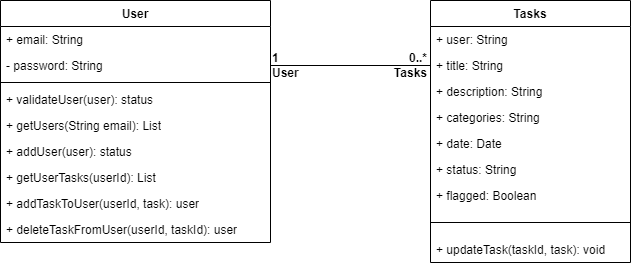
The draw.io diagram docs/ClassDiagram.png in briannguyen11/react-to-do-list, before a commit. Source tidied: cells renumbered, new cells last; positions are measured from the earlier drawing's top-left corner, leaving out a move shared by most shapes.
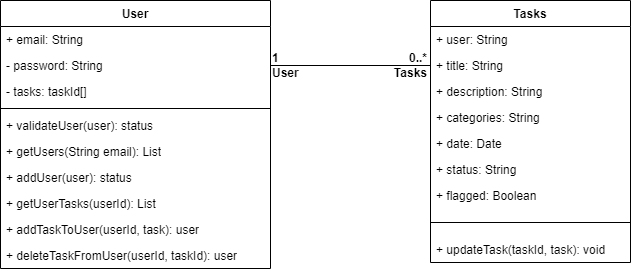
The same file after the commit.

Commit message:
Updated class diagram

What changed in the source:
```diff
@@ -3,7 +3,7 @@
     <mxCell id="0" />
     <mxCell id="1" parent="0" />
     <mxCell id="2" value="User" style="swimlane;fontStyle=1;align=center;verticalAlign=top;horizontal=1;startSize=26;whiteSpace=wrap;html=1;" parent="1" vertex="1">
-      <mxGeometry width="270" height="242" as="geometry" />
+      <mxGeometry width="270" height="268" as="geometry" />
     </mxCell>
     <mxCell id="3" value="+ email: String" style="text;strokeColor=none;fillColor=none;align=left;verticalAlign=top;spacingLeft=4;spacingRight=4;overflow=hidden;whiteSpace=wrap;html=1;" parent="2" vertex="1">
       <mxGeometry y="26" width="270" height="26" as="geometry" />
@@ -11,26 +11,29 @@
     <mxCell id="4" value="- password: String" style="text;strokeColor=none;fillColor=none;align=left;verticalAlign=top;spacingLeft=4;spacingRight=4;overflow=hidden;points=[[0,0.5],[1,0.5]];portConstraint=eastwest;whiteSpace=wrap;html=1;" parent="2" vertex="1">
       <mxGeometry y="52" width="270" height="26" as="geometry" />
     </mxCell>
+    <mxCell id="25" value="- tasks: taskId[]" style="text;strokeColor=none;fillColor=none;align=left;verticalAlign=top;spacingLeft=4;spacingRight=4;overflow=hidden;whiteSpace=wrap;html=1;" parent="2" vertex="1">
+      <mxGeometry y="78" width="270" height="26" as="geometry" />
+    </mxCell>
     <mxCell id="5" style="line;strokeWidth=1;fillColor=none;align=left;verticalAlign=middle;spacingTop=-1;spacingLeft=3;spacingRight=3;labelPosition=right;strokeColor=inherit;" parent="2" vertex="1">
-      <mxGeometry y="78" width="270" height="8" as="geometry" />
+      <mxGeometry y="104" width="270" height="8" as="geometry" />
     </mxCell>
     <mxCell id="6" value="+ validateUser(user): status" style="text;strokeColor=none;fillColor=none;align=left;verticalAlign=top;spacingLeft=4;spacingRight=4;overflow=hidden;whiteSpace=wrap;html=1;" parent="2" vertex="1">
-      <mxGeometry y="86" width="270" height="26" as="geometry" />
+      <mxGeometry y="112" width="270" height="26" as="geometry" />
     </mxCell>
     <mxCell id="7" value="+ getUsers(String email): List" style="text;strokeColor=none;fillColor=none;align=left;verticalAlign=top;spacingLeft=4;spacingRight=4;overflow=hidden;whiteSpace=wrap;html=1;" parent="2" vertex="1">
-      <mxGeometry y="112" width="270" height="26" as="geometry" />
+      <mxGeometry y="138" width="270" height="26" as="geometry" />
     </mxCell>
     <mxCell id="8" value="+ addUser(user): status" style="text;strokeColor=none;fillColor=none;align=left;verticalAlign=top;spacingLeft=4;spacingRight=4;overflow=hidden;whiteSpace=wrap;html=1;" parent="2" vertex="1">
-      <mxGeometry y="138" width="270" height="26" as="geometry" />
+      <mxGeometry y="164" width="270" height="26" as="geometry" />
     </mxCell>
     <mxCell id="9" value="+ getUserTasks(userId): List" style="text;strokeColor=none;fillColor=none;align=left;verticalAlign=top;spacingLeft=4;spacingRight=4;overflow=hidden;whiteSpace=wrap;html=1;" parent="2" vertex="1">
-      <mxGeometry y="164" width="270" height="26" as="geometry" />
+      <mxGeometry y="190" width="270" height="26" as="geometry" />
     </mxCell>
     <mxCell id="10" value="+ addTaskToUser(userId, task): user" style="text;strokeColor=none;fillColor=none;align=left;verticalAlign=top;spacingLeft=4;spacingRight=4;overflow=hidden;whiteSpace=wrap;html=1;" parent="2" vertex="1">
-      <mxGeometry y="190" width="270" height="26" as="geometry" />
+      <mxGeometry y="216" width="270" height="26" as="geometry" />
     </mxCell>
     <mxCell id="11" value="+ deleteTaskFromUser(userId, taskId): user" style="text;strokeColor=none;fillColor=none;align=left;verticalAlign=top;spacingLeft=4;spacingRight=4;overflow=hidden;whiteSpace=wrap;html=1;" parent="2" vertex="1">
-      <mxGeometry y="216" width="270" height="26" as="geometry" />
+      <mxGeometry y="242" width="270" height="26" as="geometry" />
     </mxCell>
     <mxCell id="12" value="Tasks" style="swimlane;fontStyle=1;align=center;verticalAlign=top;horizontal=1;startSize=26;whiteSpace=wrap;html=1;" parent="1" vertex="1">
       <mxGeometry x="430" width="200" height="262" as="geometry" />
```
